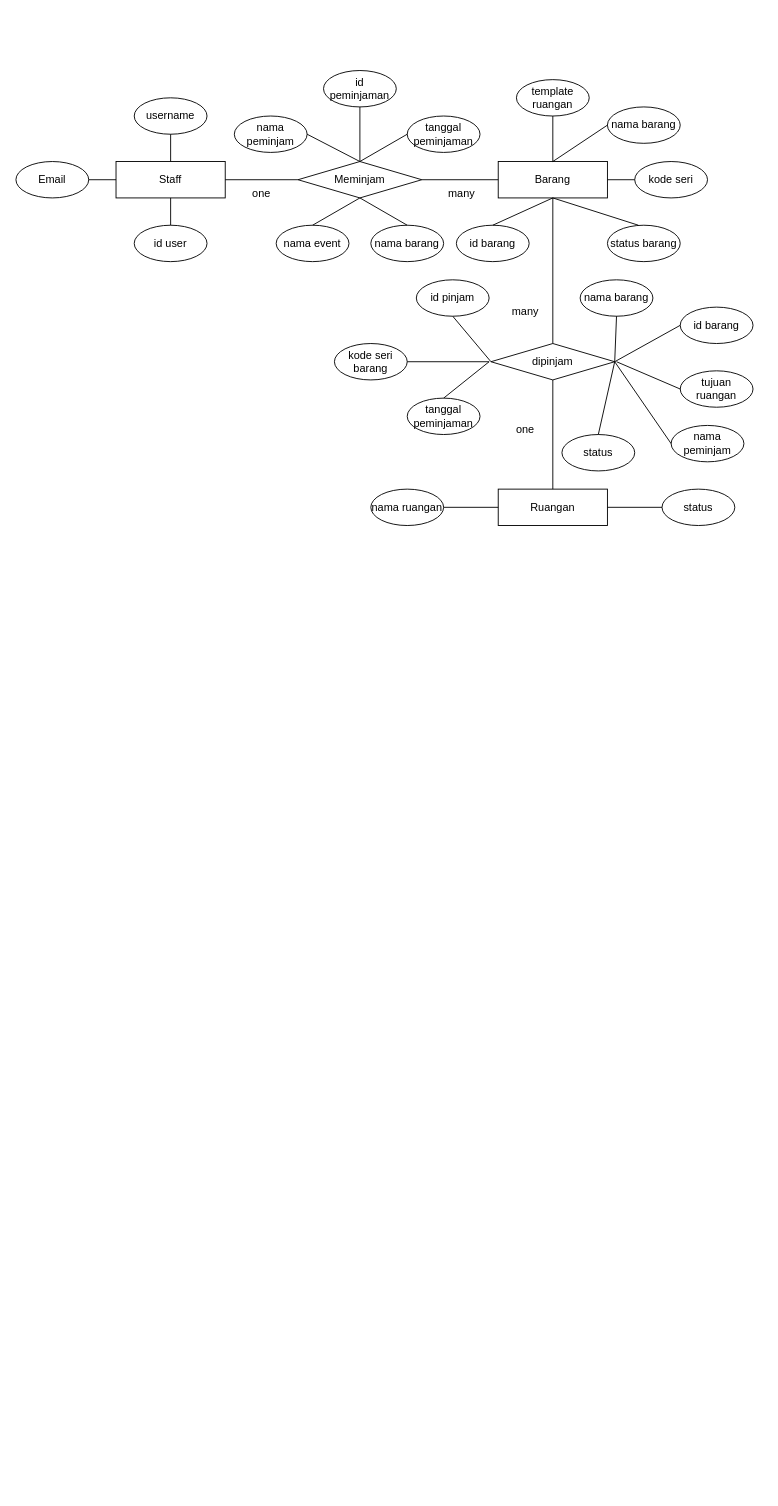
Above: Diagram Tanpa Judul.drawio in dickysamudra09/Main-ME (draw.io), before the change. Source tidied: cells renumbered, new cells numbered last; positions are measured from the earlier drawing's top-left corner, leaving out a move shared by most shapes. Both pictures are drawn from the tidied source at 91%, with x=0, y=0 at pixel (15, 70).
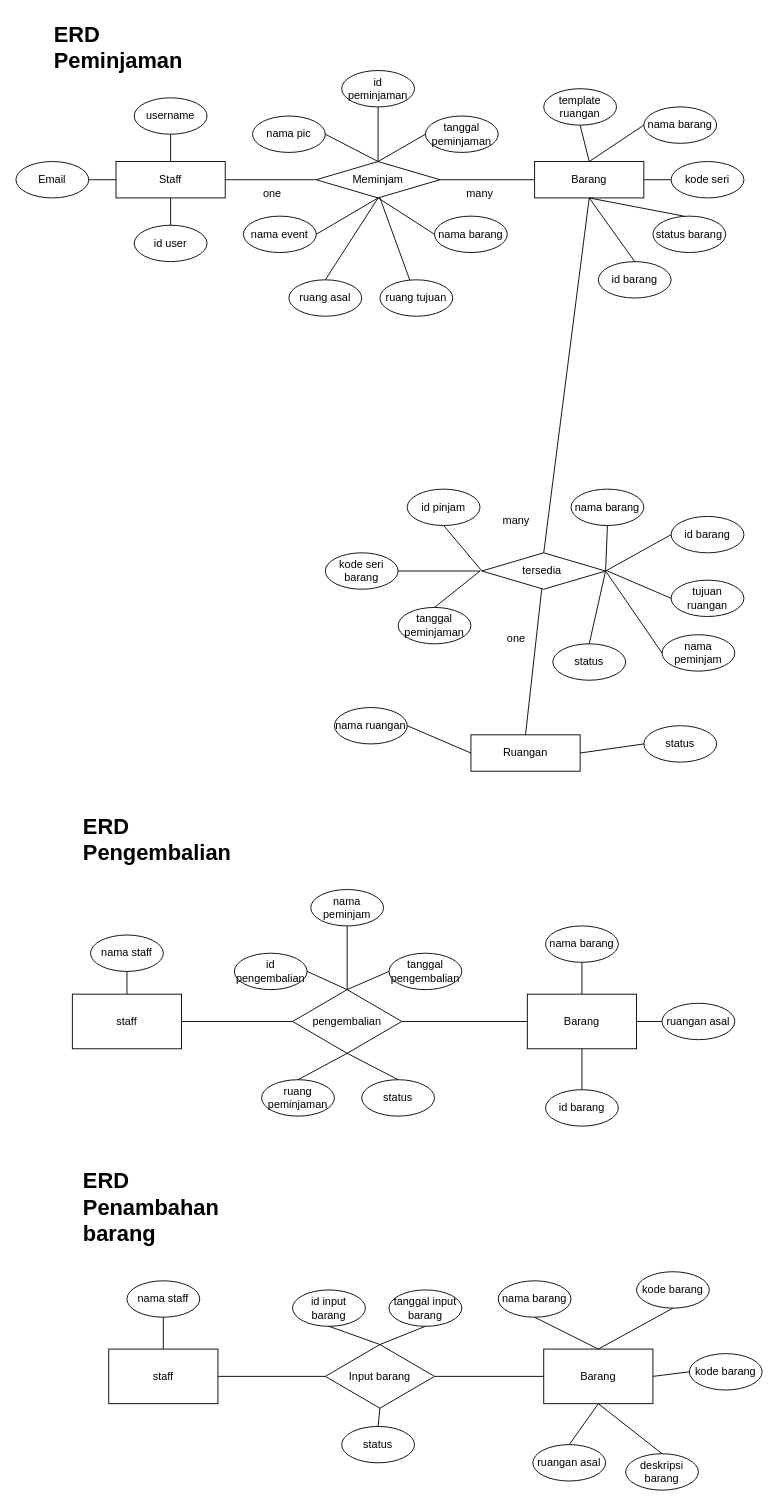
Above is the later version.

The edit, as a diff of the source:
```diff
@@
     <mxCell id="3" value="Meminjam" style="rhombus;whiteSpace=wrap;html=1;" parent="1" vertex="1">
-      <mxGeometry x="310" y="100" width="136" height="40" as="geometry" />
+      <mxGeometry x="330" y="100" width="136" height="40" as="geometry" />
     </mxCell>
     <mxCell id="4" value="Barang" style="rounded=0;whiteSpace=wrap;html=1;" parent="1" vertex="1">
-      <mxGeometry x="530" y="100" width="120" height="40" as="geometry" />
+      <mxGeometry x="570" y="100" width="120" height="40" as="geometry" />
     </mxCell>
@@
     <mxCell id="11" value="id peminjaman" style="ellipse;whiteSpace=wrap;html=1;" parent="1" vertex="1">
-      <mxGeometry x="338" width="80" height="40" as="geometry" />
+      <mxGeometry x="358" width="80" height="40" as="geometry" />
     </mxCell>
     <mxCell id="12" value="tanggal peminjaman" style="ellipse;whiteSpace=wrap;html=1;" parent="1" vertex="1">
-      <mxGeometry x="430" y="50" width="80" height="40" as="geometry" />
+      <mxGeometry x="450" y="50" width="80" height="40" as="geometry" />
     </mxCell>
-    <mxCell id="13" value="nama peminjam" style="ellipse;whiteSpace=wrap;html=1;" parent="1" vertex="1">
-      <mxGeometry x="240" y="50" width="80" height="40" as="geometry" />
+    <mxCell id="13" value="nama pic" style="ellipse;whiteSpace=wrap;html=1;" parent="1" vertex="1">
+      <mxGeometry x="260" y="50" width="80" height="40" as="geometry" />
     </mxCell>
     <mxCell id="14" value="nama barang" style="ellipse;whiteSpace=wrap;html=1;" parent="1" vertex="1">
-      <mxGeometry x="390" y="170" width="80" height="40" as="geometry" />
+      <mxGeometry x="460" y="160" width="80" height="40" as="geometry" />
     </mxCell>
     <mxCell id="15" value="id barang" style="ellipse;whiteSpace=wrap;html=1;" parent="1" vertex="1">
-      <mxGeometry x="484" y="170" width="80" height="40" as="geometry" />
+      <mxGeometry x="640" y="210" width="80" height="40" as="geometry" />
     </mxCell>
     <mxCell id="16" value="nama barang" style="ellipse;whiteSpace=wrap;html=1;" parent="1" vertex="1">
-      <mxGeometry x="650" y="40" width="80" height="40" as="geometry" />
+      <mxGeometry x="690" y="40" width="80" height="40" as="geometry" />
     </mxCell>
     <mxCell id="17" value="kode seri" style="ellipse;whiteSpace=wrap;html=1;" parent="1" vertex="1">
-      <mxGeometry x="680" y="100" width="80" height="40" as="geometry" />
+      <mxGeometry x="720" y="100" width="80" height="40" as="geometry" />
     </mxCell>
     <mxCell id="18" value="template ruangan" style="ellipse;whiteSpace=wrap;html=1;" parent="1" vertex="1">
-      <mxGeometry x="550" y="10" width="80" height="40" as="geometry" />
+      <mxGeometry x="580" y="20" width="80" height="40" as="geometry" />
     </mxCell>
     <mxCell id="19" value="status barang" style="ellipse;whiteSpace=wrap;html=1;" parent="1" vertex="1">
-      <mxGeometry x="650" y="170" width="80" height="40" as="geometry" />
+      <mxGeometry x="700" y="160" width="80" height="40" as="geometry" />
     </mxCell>
     <mxCell id="20" value="one" style="text;html=1;align=center;verticalAlign=middle;whiteSpace=wrap;rounded=0;" parent="1" vertex="1">
-      <mxGeometry x="240" y="120" width="60" height="30" as="geometry" />
+      <mxGeometry x="252" y="120" width="60" height="30" as="geometry" />
     </mxCell>
     <mxCell id="21" value="many" style="text;html=1;align=center;verticalAlign=middle;whiteSpace=wrap;rounded=0;" parent="1" vertex="1">
-      <mxGeometry x="460" y="120" width="60" height="30" as="geometry" />
+      <mxGeometry x="480" y="120" width="60" height="30" as="geometry" />
     </mxCell>
-    <mxCell id="22" style="endArrow=none;html=1;rounded=0;exitX=0.5;exitY=1;exitDx=0;exitDy=0;entryX=0.5;entryY=0;entryDx=0;entryDy=0;" parent="1" edge="1" source="3" target="14">
+    <mxCell id="22" style="endArrow=none;html=1;rounded=0;exitX=0.5;exitY=1;exitDx=0;exitDy=0;entryX=0;entryY=0.5;entryDx=0;entryDy=0;" parent="1" edge="1" source="3" target="14">
       <mxGeometry relative="1" as="geometry" />
     </mxCell>
@@
     <mxCell id="30" style="endArrow=none;html=1;rounded=0;entryX=0.425;entryY=0;entryDx=0;entryDy=0;entryPerimeter=0;" parent="1" edge="1" target="19">
       <mxGeometry relative="1" as="geometry">
-        <mxPoint x="590" y="140" as="sourcePoint" />
+        <mxPoint x="630" y="140" as="sourcePoint" />
       </mxGeometry>
     </mxCell>
-    <mxCell id="31" value="dipinjam" style="rhombus;whiteSpace=wrap;html=1;" parent="1" vertex="1">
-      <mxGeometry x="522" y="300" width="136" height="40" as="geometry" />
+    <mxCell id="31" value="tersedia&amp;nbsp;" style="rhombus;whiteSpace=wrap;html=1;" parent="1" vertex="1">
+      <mxGeometry x="512" y="530" width="136" height="40" as="geometry" />
     </mxCell>
@@
-    <mxCell id="33" style="endArrow=none;html=1;rounded=0;exitX=0.5;exitY=0;exitDx=0;exitDy=0;" parent="1" edge="1" source="31">
-      <mxGeometry relative="1" as="geometry">
-        <mxPoint x="590" y="140" as="targetPoint" />
-      </mxGeometry>
+    <mxCell id="33" style="endArrow=none;html=1;rounded=0;exitX=0.5;exitY=0;exitDx=0;exitDy=0;entryX=0.5;entryY=1;entryDx=0;entryDy=0;" parent="1" edge="1" source="31" target="4">
+      <mxGeometry relative="1" as="geometry" />
     </mxCell>
@@
     <mxCell id="36" value="Ruangan" style="rounded=0;whiteSpace=wrap;html=1;" parent="1" vertex="1">
-      <mxGeometry x="530" y="460" width="120" height="40" as="geometry" />
+      <mxGeometry x="500" y="730" width="120" height="40" as="geometry" />
     </mxCell>
-    <mxCell id="37" style="endArrow=none;html=1;rounded=0;exitX=0.5;exitY=1;exitDx=0;exitDy=0;entryX=0.5;entryY=0;entryDx=0;entryDy=0;" parent="1" edge="1" source="31" target="36">
+    <mxCell id="37" style="endArrow=none;html=1;rounded=0;entryX=0.5;entryY=0;entryDx=0;entryDy=0;" parent="1" edge="1" source="31" target="36">
       <mxGeometry relative="1" as="geometry" />
     </mxCell>
     <mxCell id="38" value="id pinjam" style="ellipse;whiteSpace=wrap;html=1;" parent="1" vertex="1">
-      <mxGeometry x="440" y="230" width="80" height="40" as="geometry" />
+      <mxGeometry x="430" y="460" width="80" height="40" as="geometry" />
     </mxCell>
     <mxCell id="39" value="many" style="text;html=1;align=center;verticalAlign=middle;whiteSpace=wrap;rounded=0;" parent="1" vertex="1">
-      <mxGeometry x="530" y="250" width="60" height="30" as="geometry" />
+      <mxGeometry x="520" y="480" width="60" height="30" as="geometry" />
     </mxCell>
     <mxCell id="40" value="one" style="text;html=1;align=center;verticalAlign=middle;whiteSpace=wrap;rounded=0;" parent="1" vertex="1">
-      <mxGeometry x="530" y="380" width="60" height="30" as="geometry" />
+      <mxGeometry x="520" y="610" width="60" height="30" as="geometry" />
     </mxCell>
     <mxCell id="41" value="nama peminjam" style="ellipse;whiteSpace=wrap;html=1;" parent="1" vertex="1">
-      <mxGeometry x="720" y="390" width="80" height="40" as="geometry" />
+      <mxGeometry x="710" y="620" width="80" height="40" as="geometry" />
     </mxCell>
     <mxCell id="42" value="status" style="ellipse;whiteSpace=wrap;html=1;" parent="1" vertex="1">
-      <mxGeometry x="600" y="400" width="80" height="40" as="geometry" />
+      <mxGeometry x="590" y="630" width="80" height="40" as="geometry" />
     </mxCell>
     <mxCell id="43" value="status" style="ellipse;whiteSpace=wrap;html=1;" parent="1" vertex="1">
-      <mxGeometry x="710" y="460" width="80" height="40" as="geometry" />
+      <mxGeometry x="690" y="720" width="80" height="40" as="geometry" />
     </mxCell>
     <mxCell id="44" value="nama ruangan" style="ellipse;whiteSpace=wrap;html=1;" parent="1" vertex="1">
-      <mxGeometry x="390" y="460" width="80" height="40" as="geometry" />
+      <mxGeometry x="350" y="700" width="80" height="40" as="geometry" />
     </mxCell>
     <mxCell id="45" value="tanggal peminjaman" style="ellipse;whiteSpace=wrap;html=1;" parent="1" vertex="1">
-      <mxGeometry x="430" y="360" width="80" height="40" as="geometry" />
+      <mxGeometry x="420" y="590" width="80" height="40" as="geometry" />
     </mxCell>
     <mxCell id="46" value="nama barang" style="ellipse;whiteSpace=wrap;html=1;" parent="1" vertex="1">
-      <mxGeometry x="620" y="230" width="80" height="40" as="geometry" />
+      <mxGeometry x="610" y="460" width="80" height="40" as="geometry" />
     </mxCell>
     <mxCell id="47" value="kode seri barang" style="ellipse;whiteSpace=wrap;html=1;" parent="1" vertex="1">
-      <mxGeometry x="350" y="300" width="80" height="40" as="geometry" />
+      <mxGeometry x="340" y="530" width="80" height="40" as="geometry" />
     </mxCell>
     <mxCell id="48" style="endArrow=none;html=1;rounded=0;exitX=1;exitY=0.5;exitDx=0;exitDy=0;" parent="1" edge="1" source="47">
       <mxGeometry relative="1" as="geometry">
-        <mxPoint x="520" y="320" as="targetPoint" />
+        <mxPoint x="510" y="550" as="targetPoint" />
       </mxGeometry>
     </mxCell>
     <mxCell id="49" style="endArrow=none;html=1;rounded=0;exitX=0.5;exitY=0;exitDx=0;exitDy=0;" parent="1" edge="1" source="45">
       <mxGeometry relative="1" as="geometry">
-        <mxPoint x="520" y="320" as="targetPoint" />
+        <mxPoint x="510" y="550" as="targetPoint" />
       </mxGeometry>
     </mxCell>
@@
     <mxCell id="55" value="nama event" style="ellipse;whiteSpace=wrap;html=1;" parent="1" vertex="1">
-      <mxGeometry x="286" y="170" width="80" height="40" as="geometry" />
+      <mxGeometry x="250" y="160" width="80" height="40" as="geometry" />
     </mxCell>
-    <mxCell id="56" style="endArrow=none;html=1;rounded=0;exitX=0.5;exitY=1;exitDx=0;exitDy=0;entryX=0.5;entryY=0;entryDx=0;entryDy=0;" parent="1" edge="1" source="3" target="55">
+    <mxCell id="56" style="endArrow=none;html=1;rounded=0;exitX=0.5;exitY=1;exitDx=0;exitDy=0;entryX=1;entryY=0.5;entryDx=0;entryDy=0;" parent="1" edge="1" source="3" target="55">
       <mxGeometry relative="1" as="geometry" />
     </mxCell>
     <mxCell id="57" value="id barang" style="ellipse;whiteSpace=wrap;html=1;" parent="1" vertex="1">
-      <mxGeometry x="730" y="260" width="80" height="40" as="geometry" />
+      <mxGeometry x="720" y="490" width="80" height="40" as="geometry" />
     </mxCell>
@@
     <mxCell id="60" value="tujuan ruangan" style="ellipse;whiteSpace=wrap;html=1;" parent="1" vertex="1">
-      <mxGeometry x="730" y="330" width="80" height="40" as="geometry" />
+      <mxGeometry x="720" y="560" width="80" height="40" as="geometry" />
     </mxCell>
     <mxCell id="61" style="endArrow=none;html=1;rounded=0;entryX=0;entryY=0.5;entryDx=0;entryDy=0;" parent="1" edge="1" target="60">
       <mxGeometry relative="1" as="geometry">
-        <mxPoint x="660" y="320" as="sourcePoint" />
+        <mxPoint x="650" y="550" as="sourcePoint" />
       </mxGeometry>
     </mxCell>
+    <mxCell id="62" value="ruang asal" style="ellipse;whiteSpace=wrap;html=1;" parent="1" vertex="1">
+      <mxGeometry x="300" y="230" width="80" height="40" as="geometry" />
+    </mxCell>
+    <mxCell id="63" style="endArrow=none;html=1;rounded=0;exitX=0.5;exitY=1;exitDx=0;exitDy=0;entryX=0.5;entryY=0;entryDx=0;entryDy=0;" parent="1" edge="1" source="3" target="62">
+      <mxGeometry relative="1" as="geometry" />
+    </mxCell>
+    <mxCell id="64" value="ruang tujuan" style="ellipse;whiteSpace=wrap;html=1;" parent="1" vertex="1">
+      <mxGeometry x="400" y="230" width="80" height="40" as="geometry" />
+    </mxCell>
+    <mxCell id="65" style="endArrow=none;html=1;rounded=0;" parent="1" edge="1" target="64">
+      <mxGeometry relative="1" as="geometry">
+        <mxPoint x="400" y="140" as="sourcePoint" />
+      </mxGeometry>
+    </mxCell>
+    <mxCell id="66" value="staff" style="rounded=0;whiteSpace=wrap;html=1;" parent="1" vertex="1">
+      <mxGeometry x="62" y="1015" width="120" height="60" as="geometry" />
+    </mxCell>
+    <mxCell id="67" value="&lt;h1 style=&quot;margin-top: 0px;&quot;&gt;ERD Peminjaman&lt;/h1&gt;" style="text;html=1;whiteSpace=wrap;overflow=hidden;rounded=0;" parent="1" vertex="1">
+      <mxGeometry x="40" y="-60" width="180" height="70" as="geometry" />
+    </mxCell>
+    <mxCell id="68" value="&lt;h1 style=&quot;margin-top: 0px;&quot;&gt;ERD Pengembalian&lt;/h1&gt;" style="text;html=1;whiteSpace=wrap;overflow=hidden;rounded=0;" parent="1" vertex="1">
+      <mxGeometry x="72" y="810" width="180" height="70" as="geometry" />
+    </mxCell>
+    <mxCell id="69" value="pengembalian" style="rhombus;whiteSpace=wrap;html=1;" parent="1" vertex="1">
+      <mxGeometry x="304" y="1010" width="120" height="70" as="geometry" />
+    </mxCell>
+    <mxCell id="70" value="Barang" style="rounded=0;whiteSpace=wrap;html=1;" parent="1" vertex="1">
+      <mxGeometry x="562" y="1015" width="120" height="60" as="geometry" />
+    </mxCell>
+    <mxCell id="71" style="endArrow=none;html=1;rounded=0;entryX=1;entryY=0.5;entryDx=0;entryDy=0;exitX=0;exitY=0.5;exitDx=0;exitDy=0;" parent="1" edge="1" source="69" target="66">
+      <mxGeometry relative="1" as="geometry" />
+    </mxCell>
+    <mxCell id="72" style="endArrow=none;html=1;rounded=0;entryX=0;entryY=0.5;entryDx=0;entryDy=0;exitX=1;exitY=0.5;exitDx=0;exitDy=0;" parent="1" edge="1" source="69" target="70">
+      <mxGeometry relative="1" as="geometry" />
+    </mxCell>
+    <mxCell id="73" value="nama staff" style="ellipse;whiteSpace=wrap;html=1;" parent="1" vertex="1">
+      <mxGeometry x="82" y="950" width="80" height="40" as="geometry" />
+    </mxCell>
+    <mxCell id="74" value="id pengembalian" style="ellipse;whiteSpace=wrap;html=1;" parent="1" vertex="1">
+      <mxGeometry x="240" y="970" width="80" height="40" as="geometry" />
+    </mxCell>
+    <mxCell id="75" value="tanggal pengembalian" style="ellipse;whiteSpace=wrap;html=1;" parent="1" vertex="1">
+      <mxGeometry x="410" y="970" width="80" height="40" as="geometry" />
+    </mxCell>
+    <mxCell id="76" value="ruang peminjaman" style="ellipse;whiteSpace=wrap;html=1;" parent="1" vertex="1">
+      <mxGeometry x="270" y="1109" width="80" height="40" as="geometry" />
+    </mxCell>
+    <mxCell id="77" value="nama barang" style="ellipse;whiteSpace=wrap;html=1;" parent="1" vertex="1">
+      <mxGeometry x="582" y="940" width="80" height="40" as="geometry" />
+    </mxCell>
+    <mxCell id="78" value="ruangan asal" style="ellipse;whiteSpace=wrap;html=1;" parent="1" vertex="1">
+      <mxGeometry x="710" y="1025" width="80" height="40" as="geometry" />
+    </mxCell>
+    <mxCell id="79" value="id barang" style="ellipse;whiteSpace=wrap;html=1;" parent="1" vertex="1">
+      <mxGeometry x="582" y="1120" width="80" height="40" as="geometry" />
+    </mxCell>
+    <mxCell id="80" value="status" style="ellipse;whiteSpace=wrap;html=1;" parent="1" vertex="1">
+      <mxGeometry x="380" y="1109" width="80" height="40" as="geometry" />
+    </mxCell>
+    <mxCell id="81" value="nama peminjam" style="ellipse;whiteSpace=wrap;html=1;" parent="1" vertex="1">
+      <mxGeometry x="324" y="900" width="80" height="40" as="geometry" />
+    </mxCell>
+    <mxCell id="82" style="endArrow=none;html=1;rounded=0;entryX=0;entryY=0.5;entryDx=0;entryDy=0;exitX=0.5;exitY=0;exitDx=0;exitDy=0;" parent="1" edge="1" source="69" target="75">
+      <mxGeometry relative="1" as="geometry" />
+    </mxCell>
+    <mxCell id="83" style="endArrow=none;html=1;rounded=0;entryX=0.5;entryY=1;entryDx=0;entryDy=0;exitX=0.5;exitY=0;exitDx=0;exitDy=0;" parent="1" edge="1" source="69" target="81">
+      <mxGeometry relative="1" as="geometry" />
+    </mxCell>
+    <mxCell id="84" style="endArrow=none;html=1;rounded=0;entryX=1;entryY=0.5;entryDx=0;entryDy=0;exitX=0.5;exitY=0;exitDx=0;exitDy=0;" parent="1" edge="1" source="69" target="74">
+      <mxGeometry relative="1" as="geometry" />
+    </mxCell>
+    <mxCell id="85" style="endArrow=none;html=1;rounded=0;entryX=0.5;entryY=1;entryDx=0;entryDy=0;exitX=0.5;exitY=0;exitDx=0;exitDy=0;" parent="1" edge="1" source="76" target="69">
+      <mxGeometry relative="1" as="geometry" />
+    </mxCell>
+    <mxCell id="86" style="endArrow=none;html=1;rounded=0;entryX=0.5;entryY=1;entryDx=0;entryDy=0;exitX=0.5;exitY=0;exitDx=0;exitDy=0;" parent="1" edge="1" source="80" target="69">
+      <mxGeometry relative="1" as="geometry" />
+    </mxCell>
+    <mxCell id="87" style="endArrow=none;html=1;rounded=0;entryX=0.5;entryY=1;entryDx=0;entryDy=0;exitX=0.5;exitY=0;exitDx=0;exitDy=0;" parent="1" edge="1" source="66" target="73">
+      <mxGeometry relative="1" as="geometry" />
+    </mxCell>
+    <mxCell id="88" style="endArrow=none;html=1;rounded=0;entryX=0.5;entryY=1;entryDx=0;entryDy=0;exitX=0.5;exitY=0;exitDx=0;exitDy=0;" parent="1" edge="1" source="70" target="77">
+      <mxGeometry relative="1" as="geometry" />
+    </mxCell>
+    <mxCell id="89" style="endArrow=none;html=1;rounded=0;entryX=1;entryY=0.5;entryDx=0;entryDy=0;exitX=0;exitY=0.5;exitDx=0;exitDy=0;" parent="1" edge="1" source="78" target="70">
+      <mxGeometry relative="1" as="geometry" />
+    </mxCell>
+    <mxCell id="90" style="endArrow=none;html=1;rounded=0;entryX=0.5;entryY=1;entryDx=0;entryDy=0;exitX=0.5;exitY=0;exitDx=0;exitDy=0;" parent="1" edge="1" source="79" target="70">
+      <mxGeometry relative="1" as="geometry" />
+    </mxCell>
+    <mxCell id="91" value="&lt;h1 style=&quot;margin-top: 0px;&quot;&gt;ERD Penambahan barang&lt;/h1&gt;" style="text;html=1;whiteSpace=wrap;overflow=hidden;rounded=0;" parent="1" vertex="1">
+      <mxGeometry x="72" y="1200" width="188" height="90" as="geometry" />
+    </mxCell>
+    <mxCell id="92" value="staff" style="rounded=0;whiteSpace=wrap;html=1;" parent="1" vertex="1">
+      <mxGeometry x="102" y="1405" width="120" height="60" as="geometry" />
+    </mxCell>
+    <mxCell id="93" value="Input barang" style="rhombus;whiteSpace=wrap;html=1;" parent="1" vertex="1">
+      <mxGeometry x="340" y="1400" width="120" height="70" as="geometry" />
+    </mxCell>
+    <mxCell id="94" style="endArrow=none;html=1;rounded=0;entryX=1;entryY=0.5;entryDx=0;entryDy=0;exitX=0;exitY=0.5;exitDx=0;exitDy=0;" parent="1" edge="1" source="93" target="92">
+      <mxGeometry relative="1" as="geometry" />
+    </mxCell>
+    <mxCell id="95" value="Barang" style="rounded=0;whiteSpace=wrap;html=1;" parent="1" vertex="1">
+      <mxGeometry x="580" y="1405" width="120" height="60" as="geometry" />
+    </mxCell>
+    <mxCell id="96" style="endArrow=none;html=1;rounded=0;entryX=0;entryY=0.5;entryDx=0;entryDy=0;exitX=1;exitY=0.5;exitDx=0;exitDy=0;" parent="1" edge="1" source="93" target="95">
+      <mxGeometry relative="1" as="geometry" />
+    </mxCell>
+    <mxCell id="97" value="nama staff" style="ellipse;whiteSpace=wrap;html=1;" parent="1" vertex="1">
+      <mxGeometry x="122" y="1330" width="80" height="40" as="geometry" />
+    </mxCell>
+    <mxCell id="98" value="id input barang" style="ellipse;whiteSpace=wrap;html=1;" parent="1" vertex="1">
+      <mxGeometry x="304" y="1340" width="80" height="40" as="geometry" />
+    </mxCell>
+    <mxCell id="99" value="tanggal input barang" style="ellipse;whiteSpace=wrap;html=1;" parent="1" vertex="1">
+      <mxGeometry x="410" y="1340" width="80" height="40" as="geometry" />
+    </mxCell>
+    <mxCell id="100" value="deskripsi barang" style="ellipse;whiteSpace=wrap;html=1;" parent="1" vertex="1">
+      <mxGeometry x="670" y="1520" width="80" height="40" as="geometry" />
+    </mxCell>
+    <mxCell id="101" value="ruangan asal" style="ellipse;whiteSpace=wrap;html=1;" parent="1" vertex="1">
+      <mxGeometry x="568" y="1510" width="80" height="40" as="geometry" />
+    </mxCell>
+    <mxCell id="102" value="status" style="ellipse;whiteSpace=wrap;html=1;" parent="1" vertex="1">
+      <mxGeometry x="358" y="1490" width="80" height="40" as="geometry" />
+    </mxCell>
+    <mxCell id="103" value="nama barang" style="ellipse;whiteSpace=wrap;html=1;" parent="1" vertex="1">
+      <mxGeometry x="530" y="1330" width="80" height="40" as="geometry" />
+    </mxCell>
+    <mxCell id="104" value="kode barang" style="ellipse;whiteSpace=wrap;html=1;" parent="1" vertex="1">
+      <mxGeometry x="682" y="1320" width="80" height="40" as="geometry" />
+    </mxCell>
+    <mxCell id="105" value="kode barang" style="ellipse;whiteSpace=wrap;html=1;" parent="1" vertex="1">
+      <mxGeometry x="740" y="1410" width="80" height="40" as="geometry" />
+    </mxCell>
+    <mxCell id="106" style="endArrow=none;html=1;rounded=0;entryX=0.5;entryY=1;entryDx=0;entryDy=0;exitX=0.5;exitY=0;exitDx=0;exitDy=0;" parent="1" edge="1" source="92" target="97">
+      <mxGeometry relative="1" as="geometry" />
+    </mxCell>
+    <mxCell id="107" style="endArrow=none;html=1;rounded=0;entryX=0.5;entryY=1;entryDx=0;entryDy=0;exitX=0.5;exitY=0;exitDx=0;exitDy=0;" parent="1" edge="1" source="93" target="98">
+      <mxGeometry relative="1" as="geometry" />
+    </mxCell>
+    <mxCell id="108" style="endArrow=none;html=1;rounded=0;exitX=0.5;exitY=1;exitDx=0;exitDy=0;entryX=0.5;entryY=0;entryDx=0;entryDy=0;" parent="1" edge="1" source="99" target="93">
+      <mxGeometry relative="1" as="geometry" />
+    </mxCell>
+    <mxCell id="109" style="endArrow=none;html=1;rounded=0;exitX=0.5;exitY=0;exitDx=0;exitDy=0;entryX=0.5;entryY=1;entryDx=0;entryDy=0;" parent="1" edge="1" source="102" target="93">
+      <mxGeometry relative="1" as="geometry" />
+    </mxCell>
+    <mxCell id="110" style="endArrow=none;html=1;rounded=0;exitX=0.5;exitY=1;exitDx=0;exitDy=0;entryX=0.5;entryY=0;entryDx=0;entryDy=0;" parent="1" edge="1" source="103" target="95">
+      <mxGeometry relative="1" as="geometry" />
+    </mxCell>
+    <mxCell id="111" style="endArrow=none;html=1;rounded=0;exitX=0.5;exitY=1;exitDx=0;exitDy=0;entryX=0.5;entryY=0;entryDx=0;entryDy=0;" parent="1" edge="1" source="104" target="95">
+      <mxGeometry relative="1" as="geometry" />
+    </mxCell>
+    <mxCell id="112" style="endArrow=none;html=1;rounded=0;exitX=0;exitY=0.5;exitDx=0;exitDy=0;entryX=1;entryY=0.5;entryDx=0;entryDy=0;" parent="1" edge="1" source="105" target="95">
+      <mxGeometry relative="1" as="geometry" />
+    </mxCell>
+    <mxCell id="113" style="endArrow=none;html=1;rounded=0;exitX=0.5;exitY=0;exitDx=0;exitDy=0;entryX=0.5;entryY=1;entryDx=0;entryDy=0;" parent="1" edge="1" source="101" target="95">
+      <mxGeometry relative="1" as="geometry" />
+    </mxCell>
+    <mxCell id="114" style="endArrow=none;html=1;rounded=0;exitX=0.5;exitY=0;exitDx=0;exitDy=0;entryX=0.5;entryY=1;entryDx=0;entryDy=0;" parent="1" edge="1" source="100" target="95">
+      <mxGeometry relative="1" as="geometry" />
+    </mxCell>
```
